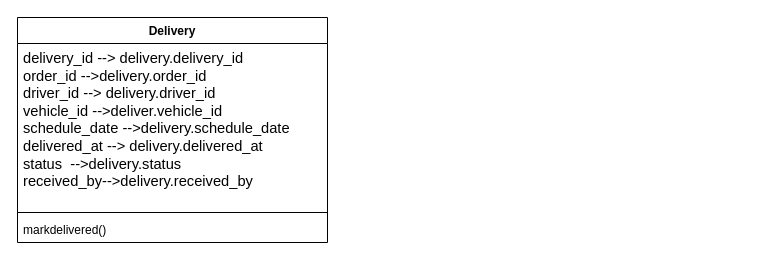
Earlier version of the draw.io diagram island_harvest.drawio (Kaylawantsyarn/island_harvest). Source tidied: cells renumbered, new cells numbered last; positions are measured from the earlier drawing's top-left corner, leaving out a move shared by most shapes. Both pictures are drawn from the tidied source at 100%, with x=0, y=0 at pixel (17, 17).
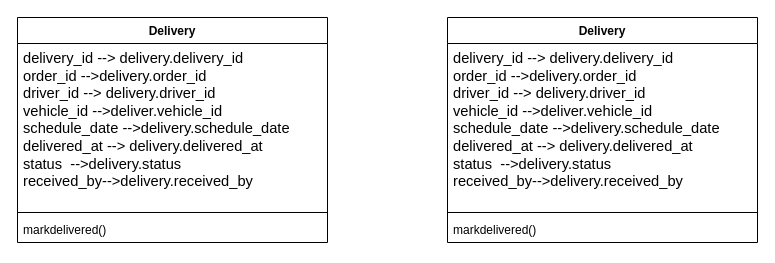
The same page after the edit.

Diff of the diagram source:
```diff
@@
 <mxGraphModel>
   <root>
     <mxCell id="0" />
     <mxCell id="1" parent="0" />
     <mxCell id="2" value="Delivery" style="swimlane;fontStyle=1;align=center;verticalAlign=top;horizontal=1;startSize=26;whiteSpace=wrap;html=1;" parent="1" vertex="1">
       <mxGeometry width="310" height="225" as="geometry" />
     </mxCell>
     <mxCell id="3" value="&lt;font face=&quot;Arial, sans-serif&quot;&gt;&lt;span style=&quot;font-size: 14.6667px; white-space-collapse: preserve;&quot;&gt;delivery_id --&amp;gt; delivery.delivery_id &lt;/span&gt;&lt;/font&gt;&lt;div&gt;&lt;font face=&quot;Arial, sans-serif&quot;&gt;&lt;span style=&quot;font-size: 14.6667px; white-space-collapse: preserve;&quot;&gt;order_id --&amp;gt;delivery.order_id&lt;/span&gt;&lt;/font&gt;&lt;/div&gt;&lt;div&gt;&lt;font face=&quot;Arial, sans-serif&quot;&gt;&lt;span style=&quot;font-size: 14.6667px; white-space-collapse: preserve;&quot;&gt;driver_id --&amp;gt; delivery.driver_id&lt;/span&gt;&lt;/font&gt;&lt;/div&gt;&lt;div&gt;&lt;font face=&quot;Arial, sans-serif&quot;&gt;&lt;span style=&quot;font-size: 14.6667px; white-space-collapse: preserve;&quot;&gt;vehicle_id --&amp;gt;deliver.vehicle_id&lt;/span&gt;&lt;/font&gt;&lt;/div&gt;&lt;div&gt;&lt;font face=&quot;Arial, sans-serif&quot;&gt;&lt;span style=&quot;font-size: 14.6667px; white-space-collapse: preserve;&quot;&gt;schedule_date --&amp;gt;delivery.schedule_date&lt;/span&gt;&lt;/font&gt;&lt;/div&gt;&lt;div&gt;&lt;font face=&quot;Arial, sans-serif&quot;&gt;&lt;span style=&quot;font-size: 14.6667px; white-space-collapse: preserve;&quot;&gt;delivered_at --&amp;gt; delivery.delivered_at&lt;/span&gt;&lt;/font&gt;&lt;/div&gt;&lt;div&gt;&lt;font face=&quot;Arial, sans-serif&quot;&gt;&lt;span style=&quot;font-size: 14.6667px; white-space-collapse: preserve;&quot;&gt;status  --&amp;gt;delivery.status&lt;/span&gt;&lt;/font&gt;&lt;/div&gt;&lt;div&gt;&lt;font face=&quot;Arial, sans-serif&quot;&gt;&lt;span style=&quot;font-size: 14.6667px; white-space-collapse: preserve;&quot;&gt;received_by--&amp;gt;delivery.received_by&lt;br&gt;&lt;/span&gt;&lt;/font&gt;&lt;div&gt;&lt;font face=&quot;Arial, sans-serif&quot;&gt;&lt;span style=&quot;font-size: 14.6667px; white-space-collapse: preserve;&quot;&gt;&lt;br&gt;&lt;/span&gt;&lt;/font&gt;&lt;/div&gt;&lt;/div&gt;" style="text;strokeColor=none;fillColor=none;align=left;verticalAlign=top;spacingLeft=4;spacingRight=4;overflow=hidden;whiteSpace=wrap;html=1;" parent="2" vertex="1">
       <mxGeometry y="26" width="310" height="165" as="geometry" />
     </mxCell>
     <mxCell id="4" style="line;strokeWidth=1;fillColor=none;align=left;verticalAlign=middle;spacingTop=-1;spacingLeft=3;spacingRight=3;labelPosition=right;strokeColor=inherit;labelPerimeter=1;" parent="2" vertex="1">
       <mxGeometry y="191" width="310" height="8" as="geometry" />
     </mxCell>
     <mxCell id="5" value="markdelivered()" style="text;strokeColor=none;fillColor=none;align=left;verticalAlign=top;spacingLeft=4;spacingRight=4;overflow=hidden;whiteSpace=wrap;html=1;" parent="2" vertex="1">
       <mxGeometry y="199" width="310" height="26" as="geometry" />
     </mxCell>
+    <mxCell id="6" value="Delivery" style="swimlane;fontStyle=1;align=center;verticalAlign=top;horizontal=1;startSize=26;whiteSpace=wrap;html=1;" parent="1" vertex="1">
+      <mxGeometry x="430" width="310" height="225" as="geometry" />
+    </mxCell>
+    <mxCell id="7" value="&lt;font face=&quot;Arial, sans-serif&quot;&gt;&lt;span style=&quot;font-size: 14.6667px; white-space-collapse: preserve;&quot;&gt;delivery_id --&amp;gt; delivery.delivery_id &lt;/span&gt;&lt;/font&gt;&lt;div&gt;&lt;font face=&quot;Arial, sans-serif&quot;&gt;&lt;span style=&quot;font-size: 14.6667px; white-space-collapse: preserve;&quot;&gt;order_id --&amp;gt;delivery.order_id&lt;/span&gt;&lt;/font&gt;&lt;/div&gt;&lt;div&gt;&lt;font face=&quot;Arial, sans-serif&quot;&gt;&lt;span style=&quot;font-size: 14.6667px; white-space-collapse: preserve;&quot;&gt;driver_id --&amp;gt; delivery.driver_id&lt;/span&gt;&lt;/font&gt;&lt;/div&gt;&lt;div&gt;&lt;font face=&quot;Arial, sans-serif&quot;&gt;&lt;span style=&quot;font-size: 14.6667px; white-space-collapse: preserve;&quot;&gt;vehicle_id --&amp;gt;deliver.vehicle_id&lt;/span&gt;&lt;/font&gt;&lt;/div&gt;&lt;div&gt;&lt;font face=&quot;Arial, sans-serif&quot;&gt;&lt;span style=&quot;font-size: 14.6667px; white-space-collapse: preserve;&quot;&gt;schedule_date --&amp;gt;delivery.schedule_date&lt;/span&gt;&lt;/font&gt;&lt;/div&gt;&lt;div&gt;&lt;font face=&quot;Arial, sans-serif&quot;&gt;&lt;span style=&quot;font-size: 14.6667px; white-space-collapse: preserve;&quot;&gt;delivered_at --&amp;gt; delivery.delivered_at&lt;/span&gt;&lt;/font&gt;&lt;/div&gt;&lt;div&gt;&lt;font face=&quot;Arial, sans-serif&quot;&gt;&lt;span style=&quot;font-size: 14.6667px; white-space-collapse: preserve;&quot;&gt;status  --&amp;gt;delivery.status&lt;/span&gt;&lt;/font&gt;&lt;/div&gt;&lt;div&gt;&lt;font face=&quot;Arial, sans-serif&quot;&gt;&lt;span style=&quot;font-size: 14.6667px; white-space-collapse: preserve;&quot;&gt;received_by--&amp;gt;delivery.received_by&lt;br&gt;&lt;/span&gt;&lt;/font&gt;&lt;div&gt;&lt;font face=&quot;Arial, sans-serif&quot;&gt;&lt;span style=&quot;font-size: 14.6667px; white-space-collapse: preserve;&quot;&gt;&lt;br&gt;&lt;/span&gt;&lt;/font&gt;&lt;/div&gt;&lt;/div&gt;" style="text;strokeColor=none;fillColor=none;align=left;verticalAlign=top;spacingLeft=4;spacingRight=4;overflow=hidden;whiteSpace=wrap;html=1;" parent="6" vertex="1">
+      <mxGeometry y="26" width="310" height="165" as="geometry" />
+    </mxCell>
+    <mxCell id="8" style="line;strokeWidth=1;fillColor=none;align=left;verticalAlign=middle;spacingTop=-1;spacingLeft=3;spacingRight=3;labelPosition=right;strokeColor=inherit;labelPerimeter=1;" parent="6" vertex="1">
+      <mxGeometry y="191" width="310" height="8" as="geometry" />
+    </mxCell>
+    <mxCell id="9" value="markdelivered()" style="text;strokeColor=none;fillColor=none;align=left;verticalAlign=top;spacingLeft=4;spacingRight=4;overflow=hidden;whiteSpace=wrap;html=1;" parent="6" vertex="1">
+      <mxGeometry y="199" width="310" height="26" as="geometry" />
+    </mxCell>
   </root>
 </mxGraphModel>
```
